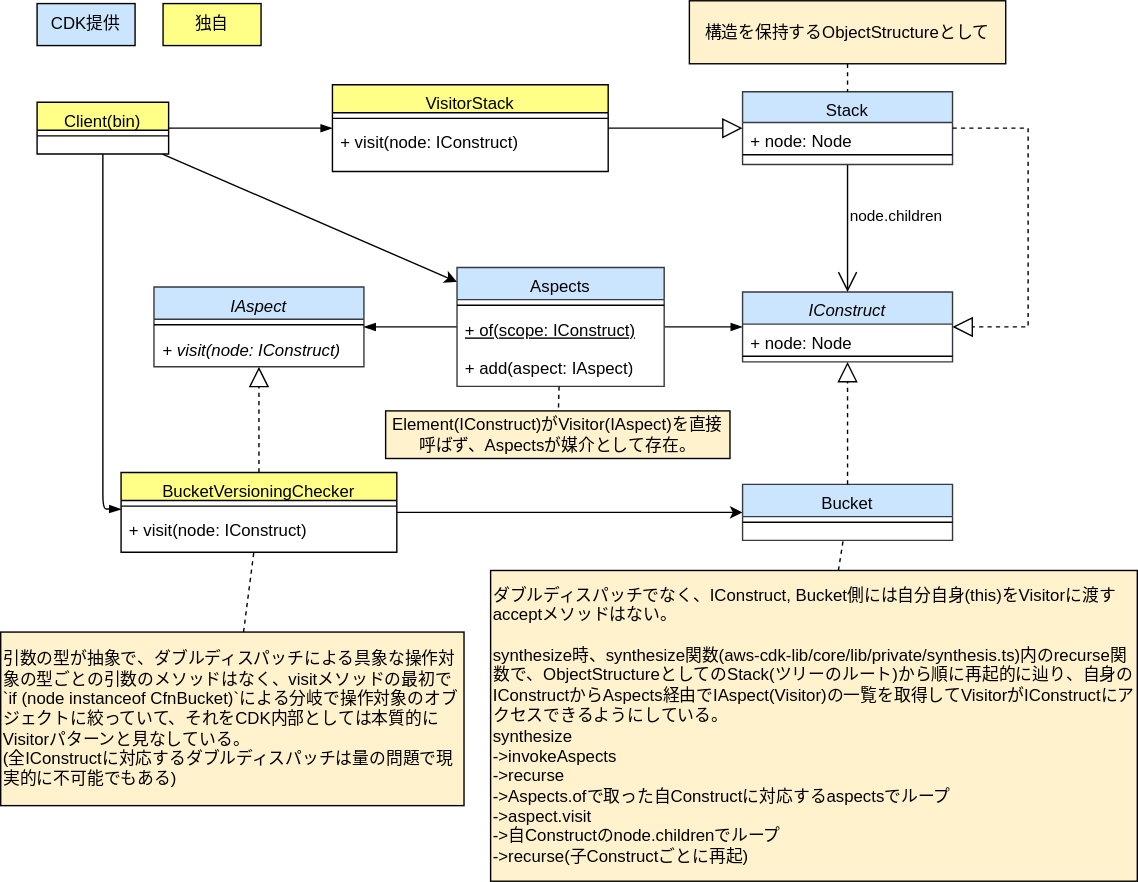
The draw.io diagram drawio/visitor/visitor-cdk-simplified.drawio.svg in go-to-k/cdk-gof-design-pattern, before a commit. Source tidied: cells renumbered, new cells last; positions are measured from the earlier drawing's top-left corner, leaving out a move shared by most shapes.
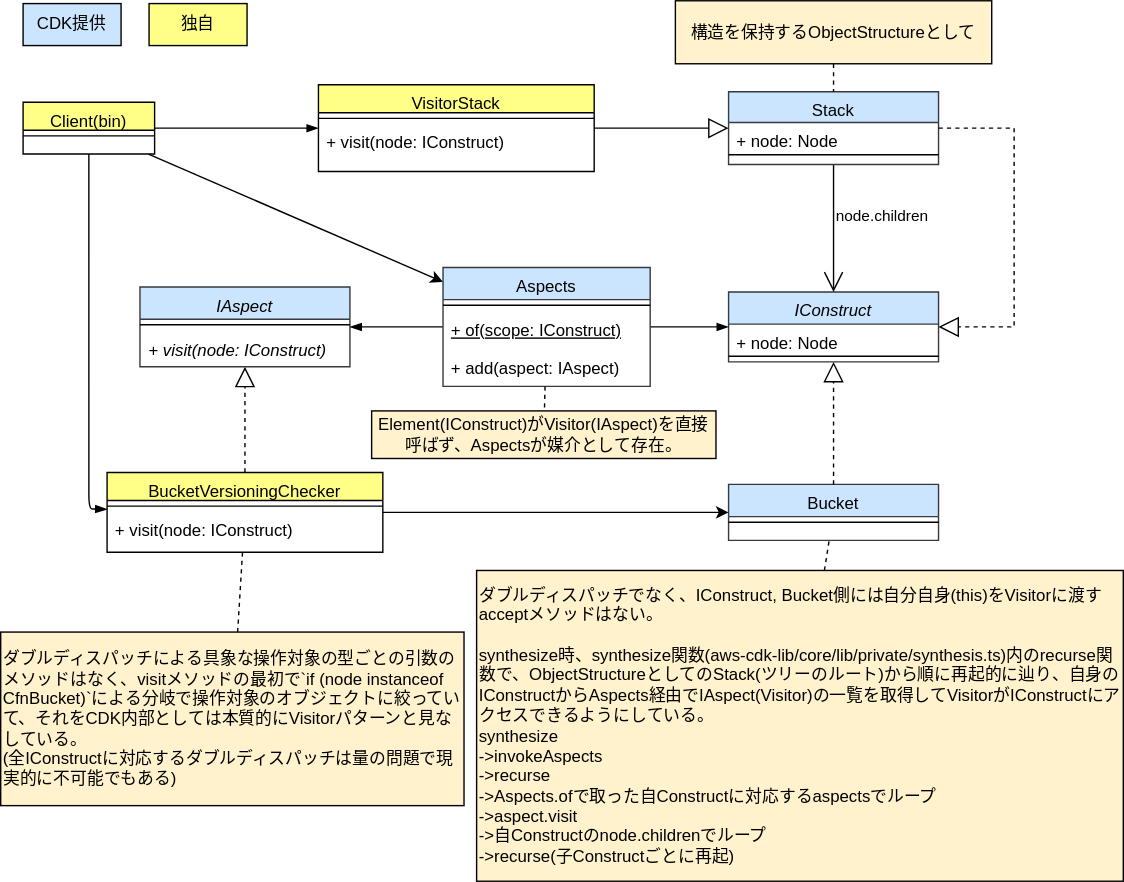
Above is the later version.

Commit message:
update visitor diagram

Diff of the diagram source:
```diff
@@ -53,8 +53,8 @@
     <mxCell id="18" style="edgeStyle=none;html=1;strokeColor=#000000;endArrow=none;endFill=0;dashed=1;" parent="1" edge="1" source="19" target="5">
       <mxGeometry relative="1" as="geometry" />
     </mxCell>
-    <mxCell id="19" value="引数の型が抽象で、ダブルディスパッチによる具象な操作対象の型ごとの引数のメソッドはなく、visitメソッドの最初で`if (node instanceof CfnBucket)`による分岐で操作対象のオブジェクトに絞っていて、それをCDK内部としては本質的にVisitorパターンと見なしている。&lt;br&gt;(全IConstructに対応するダブルディスパッチは量の問題で現実的に不可能でもある)" style="text;html=1;strokeColor=#000000;fillColor=#fff2cc;align=left;verticalAlign=middle;whiteSpace=wrap;rounded=0;fontColor=#000000;" parent="1" vertex="1">
-      <mxGeometry y="451" width="331" height="124" as="geometry" />
+    <mxCell id="19" value="ダブルディスパッチによる具象な操作対象の型ごとの引数のメソッドはなく、visitメソッドの最初で`if (node instanceof CfnBucket)`による分岐で操作対象のオブジェクトに絞っていて、それをCDK内部としては本質的にVisitorパターンと見なしている。&lt;br&gt;(全IConstructに対応するダブルディスパッチは量の問題で現実的に不可能でもある)" style="text;html=1;strokeColor=#000000;fillColor=#fff2cc;align=left;verticalAlign=middle;whiteSpace=wrap;rounded=0;fontColor=#000000;" parent="1" vertex="1">
+      <mxGeometry x="10" y="451" width="331" height="124" as="geometry" />
     </mxCell>
     <mxCell id="20" style="edgeStyle=none;html=1;dashed=1;strokeColor=#000000;endArrow=none;endFill=0;" parent="1" edge="1" source="21" target="12">
       <mxGeometry relative="1" as="geometry" />
```
